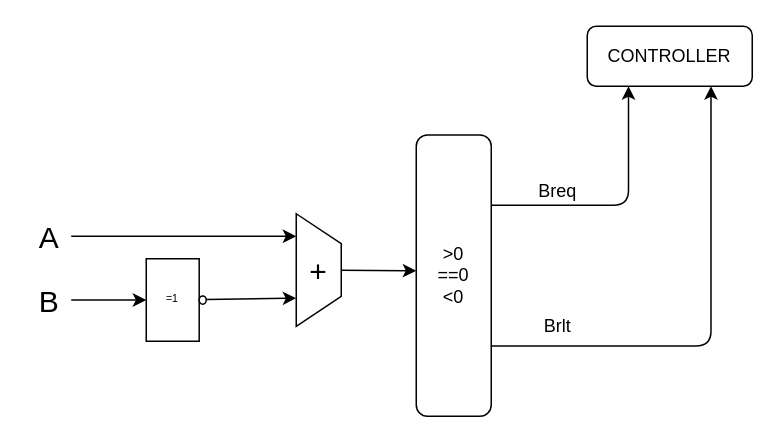
This is cu/cpu1/BRANCH.drawio from Wu-Fisher/cs_riscv_exp, a draw.io file, before an edit. Source tidied: cells renumbered, new cells numbered last; positions are measured from the earlier drawing's top-left corner, leaving out a move shared by most shapes. Both pictures are drawn from the tidied source at 150%, with x=0, y=0 at pixel (26, 26).
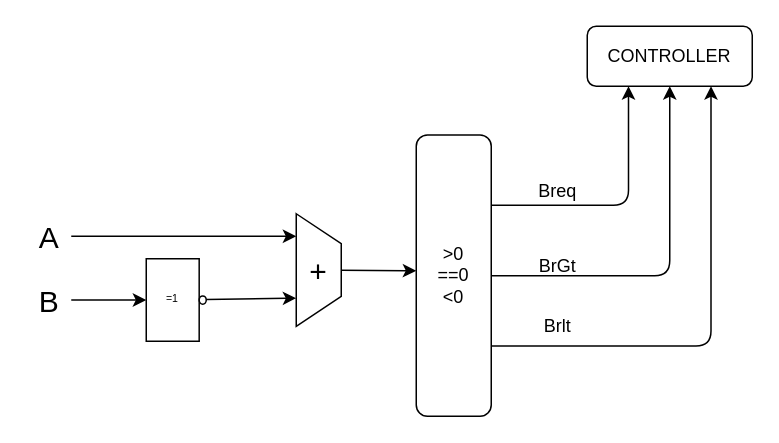
After the change.

What changed in the source:
```diff
@@
 <mxGraphModel>
   <root>
     <mxCell id="0" />
     <mxCell id="1" parent="0" />
     <mxCell id="2" style="edgeStyle=none;html=1;" parent="1" edge="1" source="3">
       <mxGeometry relative="1" as="geometry">
         <mxPoint x="260" y="163" as="targetPoint" />
       </mxGeometry>
     </mxCell>
     <mxCell id="3" value="&lt;font style=&quot;font-size: 20px&quot;&gt;+&lt;/font&gt;" style="shape=trapezoid;perimeter=trapezoidPerimeter;whiteSpace=wrap;html=1;fixedSize=1;direction=south;" parent="1" vertex="1">
       <mxGeometry x="180" y="125" width="30" height="75" as="geometry" />
     </mxCell>
     <mxCell id="4" style="endArrow=classic;html=1;" parent="1" edge="1" source="5">
       <mxGeometry relative="1" as="geometry">
         <mxPoint x="180" y="140" as="targetPoint" />
       </mxGeometry>
     </mxCell>
     <mxCell id="5" value="A" style="text;html=1;align=center;verticalAlign=middle;points=[];strokeColor=none;fillColor=none;fontSize=20;" parent="1" vertex="1">
       <mxGeometry y="125" width="30" height="30" as="geometry" />
     </mxCell>
     <mxCell id="6" style="edgeStyle=none;html=1;entryX=0.75;entryY=1;entryDx=0;entryDy=0;" parent="1" edge="1" source="7" target="3">
       <mxGeometry relative="1" as="geometry" />
     </mxCell>
     <mxCell id="7" style="verticalLabelPosition=bottom;shadow=0;dashed=0;align=center;html=1;verticalAlign=top;shape=mxgraph.electrical.iec_logic_gates.not_2;fontSize=12;" parent="1" vertex="1">
       <mxGeometry x="80" y="155" width="40" height="55" as="geometry" />
     </mxCell>
     <mxCell id="8" style="edgeStyle=none;html=1;entryX=0;entryY=0.5;entryDx=0;entryDy=0;entryPerimeter=0;" parent="1" edge="1" source="9" target="7">
       <mxGeometry relative="1" as="geometry" />
     </mxCell>
     <mxCell id="9" value="B" style="text;html=1;align=center;verticalAlign=middle;points=[];strokeColor=none;fillColor=none;fontSize=20;" parent="1" vertex="1">
       <mxGeometry y="167.5" width="30" height="30" as="geometry" />
     </mxCell>
     <mxCell id="10" style="edgeStyle=orthogonalEdgeStyle;html=1;exitX=1;exitY=0.25;exitDx=0;exitDy=0;entryX=0.25;entryY=1;entryDx=0;entryDy=0;" parent="1" edge="1" source="12" target="13">
       <mxGeometry relative="1" as="geometry" />
     </mxCell>
     <mxCell id="11" style="edgeStyle=orthogonalEdgeStyle;html=1;exitX=1;exitY=0.75;exitDx=0;exitDy=0;entryX=0.75;entryY=1;entryDx=0;entryDy=0;" parent="1" edge="1" source="12" target="13">
       <mxGeometry relative="1" as="geometry" />
     </mxCell>
+    <mxCell id="16" style="edgeStyle=orthogonalEdgeStyle;html=1;entryX=0.5;entryY=1;entryDx=0;entryDy=0;" parent="1" edge="1" source="12" target="13">
+      <mxGeometry relative="1" as="geometry" />
+    </mxCell>
     <mxCell id="12" value="&amp;gt;0&lt;br&gt;==0&lt;br&gt;&amp;lt;0" style="rounded=1;whiteSpace=wrap;html=1;" parent="1" vertex="1">
       <mxGeometry x="260" y="72.5" width="50" height="187.5" as="geometry" />
     </mxCell>
     <mxCell id="13" value="CONTROLLER" style="rounded=1;whiteSpace=wrap;html=1;" parent="1" vertex="1">
       <mxGeometry x="374" width="110" height="40" as="geometry" />
     </mxCell>
     <mxCell id="14" value="Breq" style="text;html=1;align=center;verticalAlign=middle;strokeColor=none;fillColor=none;" parent="1" vertex="1">
       <mxGeometry x="334" y="100" width="40" height="20" as="geometry" />
     </mxCell>
     <mxCell id="15" value="Brlt" style="text;html=1;align=center;verticalAlign=middle;strokeColor=none;fillColor=none;" parent="1" vertex="1">
       <mxGeometry x="339" y="190" width="30" height="20" as="geometry" />
     </mxCell>
+    <mxCell id="17" value="BrGt" style="text;html=1;align=center;verticalAlign=middle;strokeColor=none;fillColor=none;" parent="1" vertex="1">
+      <mxGeometry x="334" y="150" width="40" height="20" as="geometry" />
+    </mxCell>
   </root>
 </mxGraphModel>
```
